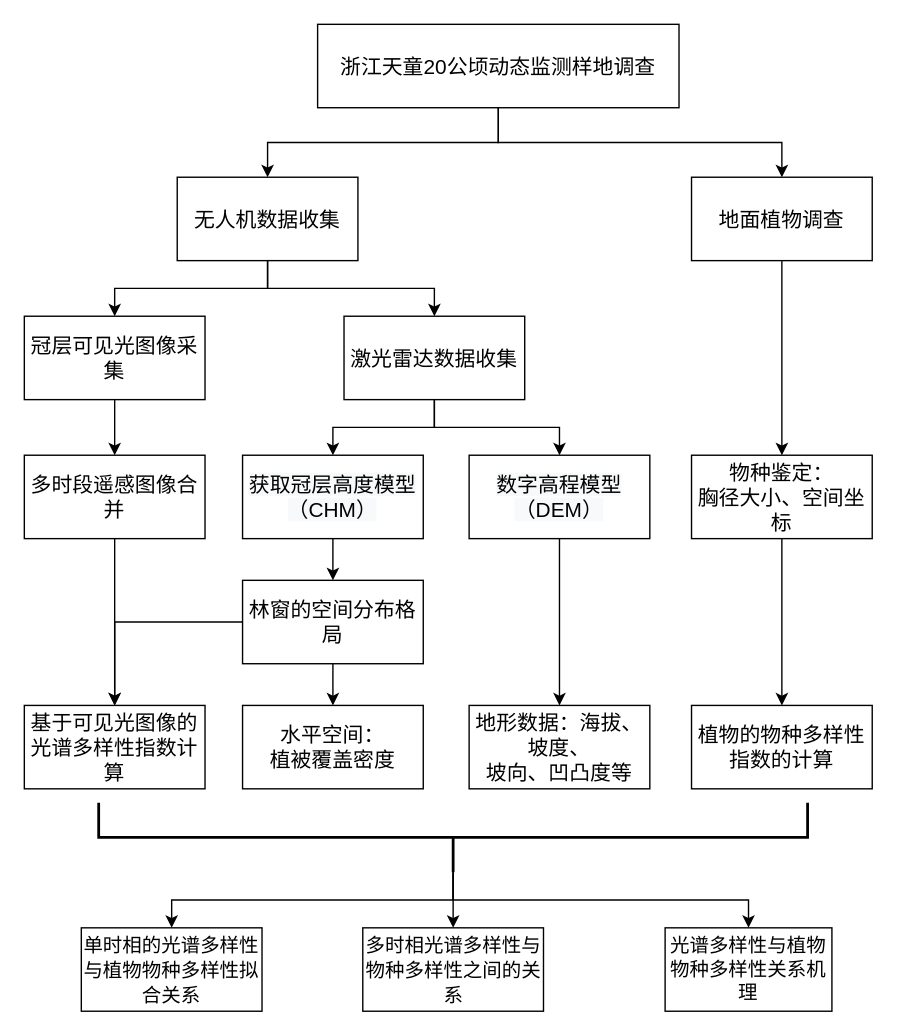
This is page "Page-2" (2 of 2) of Untitled Diagram.drawio from sy5938/diagrams_save, a draw.io file, before an edit. Source tidied: cells renumbered, new cells numbered last; positions are measured from the earlier drawing's top-left corner, leaving out a move shared by most shapes. Both pictures are drawn from the tidied source at 139%, with x=0, y=0 at pixel (24, 24).
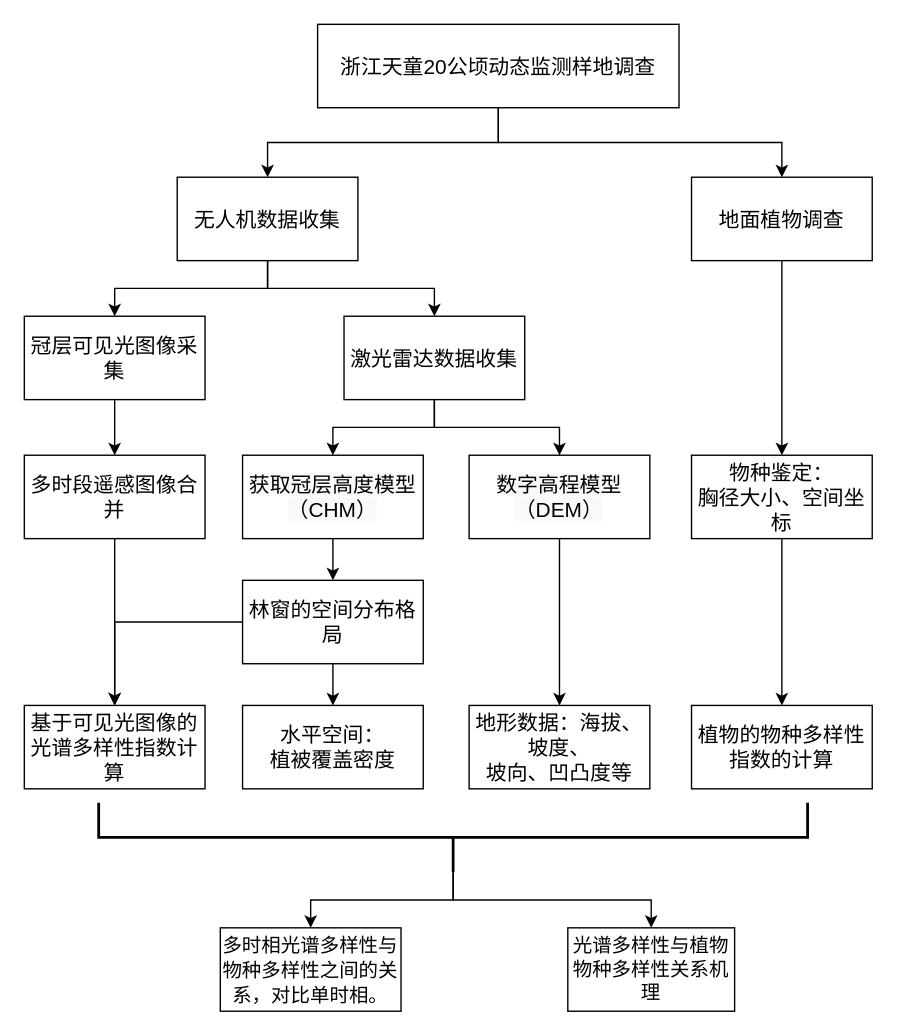
Above is the later version.

The change refers to these unchanged cells:
```xml
<mxCell id="35" style="strokeWidth=2;html=1;shape=mxgraph.flowchart.annotation_2;align=left;labelPosition=right;shadow=0;rotation=-90;fontFamily=微软雅黑;fontSize=15;" parent="1" vertex="1">
  <mxGeometry x="283.5" y="330" width="50" height="510" as="geometry" />
</mxCell>
```

Diff of the diagram source:
```diff
@@
-    <mxCell id="32" style="edgeStyle=elbowEdgeStyle;rounded=0;jettySize=auto;elbow=vertical;html=1;exitX=0;exitY=0.5;exitDx=0;exitDy=0;exitPerimeter=0;entryX=0.5;entryY=0;entryDx=0;entryDy=0;fontFamily=微软雅黑;fontSize=15;" parent="1" edge="1" source="35" target="36">
-      <mxGeometry relative="1" as="geometry">
-        <Array as="points">
-          <mxPoint x="320" y="630" />
-        </Array>
-      </mxGeometry>
-    </mxCell>
@@
-    <mxCell id="36" value="&lt;span style=&quot;font-size: 10.5pt&quot;&gt;单时相的光谱多样性与植物物种多样性拟合关系&lt;/span&gt;" style="rounded=0;whiteSpace=wrap;html=1;shadow=0;strokeWidth=1;fontFamily=微软雅黑;fontSize=15;" parent="1" vertex="1">
-      <mxGeometry x="41" y="650" width="130" height="60" as="geometry" />
-    </mxCell>
-    <mxCell id="37" value="&lt;span style=&quot;font-size: 10.5pt&quot;&gt;多时相光谱多样性与物种多样性之间的关系&lt;/span&gt;" style="rounded=0;whiteSpace=wrap;html=1;shadow=0;strokeWidth=1;fontFamily=微软雅黑;fontSize=15;" parent="1" vertex="1">
-      <mxGeometry x="243.5" y="650" width="130" height="60" as="geometry" />
+    <mxCell id="37" value="&lt;span style=&quot;font-size: 10.5pt&quot;&gt;多时相光谱多样性与物种多样性之间的关系，对比单时相。&lt;/span&gt;" style="rounded=0;whiteSpace=wrap;html=1;shadow=0;strokeWidth=1;fontFamily=微软雅黑;fontSize=15;" parent="1" vertex="1">
+      <mxGeometry x="141" y="650" width="130" height="60" as="geometry" />
     </mxCell>
     <mxCell id="38" value="&lt;span style=&quot;font-size: 10.5pt&quot;&gt;光谱多样性与植物物种多样性关系机理&lt;/span&gt;" style="rounded=0;whiteSpace=wrap;html=1;" parent="1" vertex="1">
-      <mxGeometry x="461" y="650" width="120" height="60" as="geometry" />
+      <mxGeometry x="391" y="650" width="120" height="60" as="geometry" />
     </mxCell>
```
